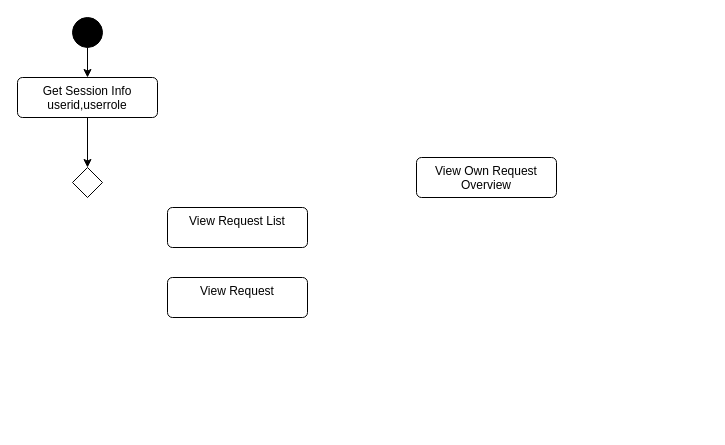
Earlier version of the draw.io diagram page "request" (5 of 6) of design/activitydiagram.drawio (darwishzain/pinjaman-aset). Source tidied: cells renumbered, new cells numbered last; positions are measured from the earlier drawing's top-left corner, leaving out a move shared by most shapes. Both pictures are drawn from the tidied source at 100%, with x=0, y=0 at pixel (17, 17).
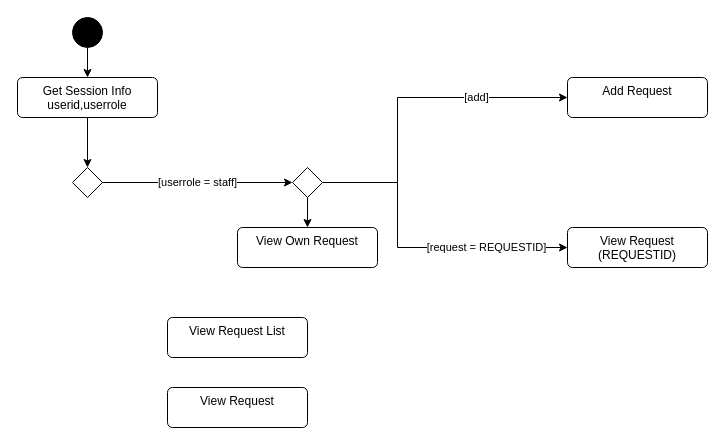
The same diagram, later.

The change refers to these unchanged cells:
```xml
<mxCell id="6" style="rhombus;" parent="1" vertex="1">
  <mxGeometry x="55" y="150" width="30" height="30" as="geometry" />
</mxCell>
```

What changed in the source:
```diff
@@
+    <mxCell id="10" value="[userrole = staff]" style="edgeStyle=orthogonalEdgeStyle;rounded=0;jettySize=auto;html=1;entryX=0;entryY=0.5;entryDx=0;entryDy=0;" parent="1" edge="1" source="6" target="14">
+      <mxGeometry relative="1" as="geometry" />
+    </mxCell>
@@
     <mxCell id="7" value="View Request List" style="html=1;align=center;verticalAlign=top;rounded=1;absoluteArcSize=1;arcSize=10;dashed=0;whiteSpace=wrap;" parent="1" vertex="1">
-      <mxGeometry x="150" y="190" width="140" height="40" as="geometry" />
+      <mxGeometry x="150" y="300" width="140" height="40" as="geometry" />
     </mxCell>
-    <mxCell id="8" value="View Own Request Overview" style="html=1;align=center;verticalAlign=top;rounded=1;absoluteArcSize=1;arcSize=10;dashed=0;whiteSpace=wrap;" parent="1" vertex="1">
-      <mxGeometry x="399" y="140" width="140" height="40" as="geometry" />
+    <mxCell id="8" value="View Own Request" style="html=1;align=center;verticalAlign=top;rounded=1;absoluteArcSize=1;arcSize=10;dashed=0;whiteSpace=wrap;" parent="1" vertex="1">
+      <mxGeometry x="220" y="210" width="140" height="40" as="geometry" />
     </mxCell>
     <mxCell id="9" value="View Request" style="html=1;align=center;verticalAlign=top;rounded=1;absoluteArcSize=1;arcSize=10;dashed=0;whiteSpace=wrap;" parent="1" vertex="1">
-      <mxGeometry x="150" y="260" width="140" height="40" as="geometry" />
+      <mxGeometry x="150" y="370" width="140" height="40" as="geometry" />
     </mxCell>
+    <mxCell id="11" style="edgeStyle=orthogonalEdgeStyle;rounded=0;jettySize=auto;html=1;entryX=0.5;entryY=0;entryDx=0;entryDy=0;" parent="1" edge="1" source="14" target="8">
+      <mxGeometry relative="1" as="geometry" />
+    </mxCell>
+    <mxCell id="12" value="[request = REQUESTID]" style="edgeStyle=orthogonalEdgeStyle;rounded=0;jettySize=auto;html=1;entryX=0;entryY=0.5;entryDx=0;entryDy=0;" parent="1" edge="1" source="14" target="15">
+      <mxGeometry x="0.48" relative="1" as="geometry">
+        <Array as="points">
+          <mxPoint x="380" y="165" />
+          <mxPoint x="380" y="230" />
+        </Array>
+      </mxGeometry>
+    </mxCell>
+    <mxCell id="13" value="[add]" style="edgeStyle=orthogonalEdgeStyle;rounded=0;jettySize=auto;html=1;entryX=0;entryY=0.5;entryDx=0;entryDy=0;" parent="1" edge="1" source="14" target="16">
+      <mxGeometry x="0.45" relative="1" as="geometry">
+        <Array as="points">
+          <mxPoint x="380" y="165" />
+          <mxPoint x="380" y="80" />
+        </Array>
+      </mxGeometry>
+    </mxCell>
+    <mxCell id="14" style="rhombus;" parent="1" vertex="1">
+      <mxGeometry x="275" y="150" width="30" height="30" as="geometry" />
+    </mxCell>
+    <mxCell id="15" value="View Request (REQUESTID)" style="html=1;align=center;verticalAlign=top;rounded=1;absoluteArcSize=1;arcSize=10;dashed=0;whiteSpace=wrap;" parent="1" vertex="1">
+      <mxGeometry x="550" y="210" width="140" height="40" as="geometry" />
+    </mxCell>
+    <mxCell id="16" value="Add Request" style="html=1;align=center;verticalAlign=top;rounded=1;absoluteArcSize=1;arcSize=10;dashed=0;whiteSpace=wrap;" parent="1" vertex="1">
+      <mxGeometry x="550" y="60" width="140" height="40" as="geometry" />
+    </mxCell>
```
